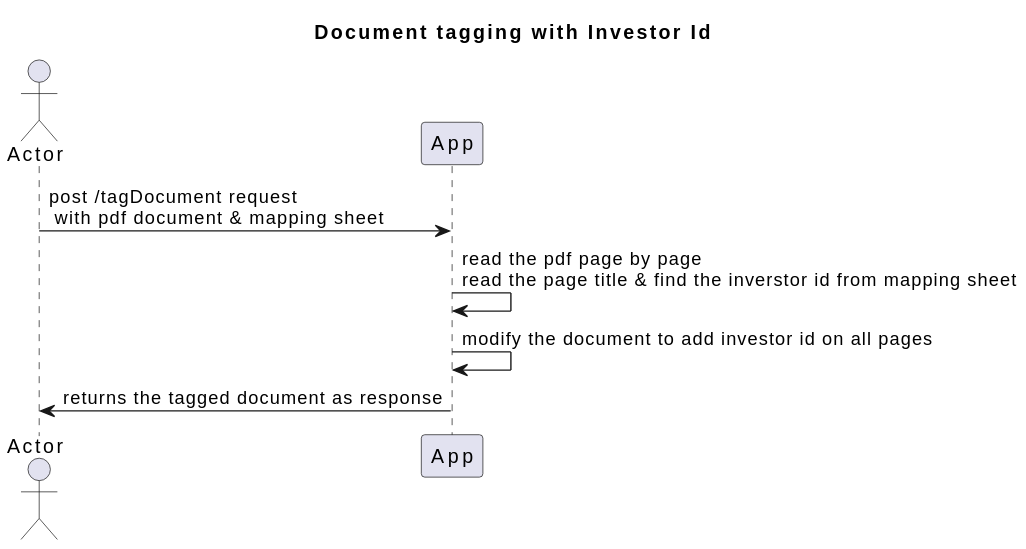
The PlantUML diagram src/main/resources/sequenceDiagram.svg in ashishgarglbg/springboot-mssqlserver, before a commit.
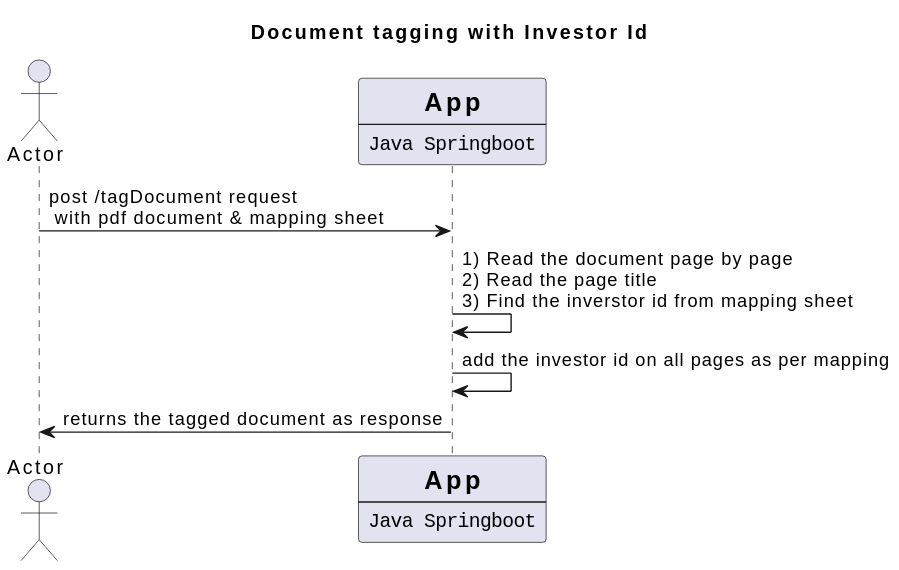
The same file after the commit.

What changed in the source:
```diff
@@ -2,10 +2,14 @@
 title "Document tagging with Investor Id"
 
 actor       Actor       as User
-participant App         as App
+participant App[
+    =App
+    ----
+    ""Java Springboot""
+]
 
-User1 -> App : post /tagDocument request \n with pdf document & mapping sheet
-App ->  App : read the pdf page by page\nread the page title & find the inverstor id from mapping sheet
-App ->  App : modify the document to add investor id on all pages
+User -> App : post /tagDocument request \n with pdf document & mapping sheet
+App ->  App : 1) Read the document page by page\n2) Read the page title\n3) Find the inverstor id from mapping sheet
+App ->  App : add the investor id on all pages as per mapping
 App -> User : returns the tagged document as response
 @enduml
```
